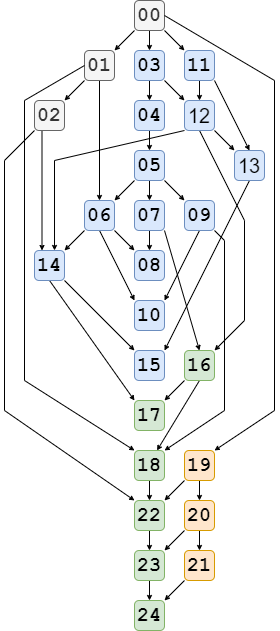
naproche/FLib keeps this draw.io diagram as RepresentationTheory/misc/library_structure.png. Above is the earlier version. Source tidied: cells renumbered, new cells last; positions are measured from the earlier drawing's top-left corner, leaving out a move shared by most shapes.
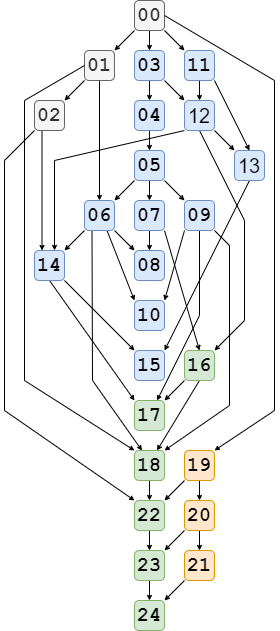
After the commit.

Diff of the diagram source:
```diff
@@ -71,6 +71,11 @@
     <mxCell id="24" value="&lt;span style=&quot;font-size: 20px&quot;&gt;15&lt;/span&gt;" style="whiteSpace=wrap;html=1;rounded=1;fontFamily=Courier New;fontStyle=1;fillColor=#dae8fc;strokeColor=#6c8ebf;" parent="1" vertex="1">
       <mxGeometry x="130" y="350" width="30" height="30" as="geometry" />
     </mxCell>
+    <mxCell id="78" style="edgeStyle=none;rounded=0;jettySize=auto;html=1;startArrow=none;startFill=0;endArrow=classic;endFill=1;endSize=3;entryX=0.75;entryY=0;entryDx=0;entryDy=0;" parent="1" edge="1" target="25">
+      <mxGeometry relative="1" as="geometry">
+        <mxPoint x="195" y="315" as="sourcePoint" />
+      </mxGeometry>
+    </mxCell>
     <mxCell id="25" value="&lt;span style=&quot;font-size: 20px&quot;&gt;17&lt;/span&gt;" style="whiteSpace=wrap;html=1;rounded=1;fontFamily=Courier New;fontStyle=1;fillColor=#d5e8d4;strokeColor=#82b366;" parent="1" vertex="1">
       <mxGeometry x="130" y="400" width="30" height="30" as="geometry" />
     </mxCell>
@@ -83,9 +88,14 @@
     <mxCell id="28" style="jettySize=auto;html=1;exitX=1;exitY=1;exitDx=0;exitDy=0;entryX=0;entryY=0;entryDx=0;entryDy=0;fontFamily=Courier New;fontStyle=1;rounded=0;endArrow=classic;endFill=1;endSize=3;" parent="1" edge="1" source="30" target="23">
       <mxGeometry relative="1" as="geometry" />
     </mxCell>
-    <mxCell id="29" style="jettySize=auto;html=1;exitX=0.5;exitY=1;exitDx=0;exitDy=0;entryX=0;entryY=0;entryDx=0;entryDy=0;fontFamily=Courier New;fontStyle=1;rounded=0;endArrow=classic;endFill=1;endSize=3;" parent="1" edge="1" source="30" target="26">
+    <mxCell id="29" style="jettySize=auto;html=1;exitX=0.75;exitY=1;exitDx=0;exitDy=0;entryX=0;entryY=0;entryDx=0;entryDy=0;fontFamily=Courier New;fontStyle=1;rounded=0;endArrow=classic;endFill=1;endSize=3;" parent="1" edge="1" source="30" target="26">
       <mxGeometry relative="1" as="geometry" />
     </mxCell>
+    <mxCell id="79" style="edgeStyle=none;rounded=0;jettySize=auto;html=1;exitX=0.25;exitY=1;exitDx=0;exitDy=0;endSize=3;endArrow=none;endFill=0;" parent="1" edge="1" source="30">
+      <mxGeometry relative="1" as="geometry">
+        <mxPoint x="88" y="380" as="targetPoint" />
+      </mxGeometry>
+    </mxCell>
     <mxCell id="30" value="&lt;span style=&quot;font-size: 20px&quot;&gt;06&lt;/span&gt;" style="whiteSpace=wrap;html=1;rounded=1;fontFamily=Courier New;fontStyle=1;fillColor=#dae8fc;strokeColor=#6c8ebf;" parent="1" vertex="1">
       <mxGeometry x="80" y="200" width="30" height="30" as="geometry" />
     </mxCell>
@@ -121,9 +131,14 @@
     <mxCell id="40" value="&lt;span style=&quot;font-size: 20px&quot;&gt;16&lt;/span&gt;" style="whiteSpace=wrap;html=1;rounded=1;fontFamily=Courier New;fontStyle=1;fillColor=#d5e8d4;strokeColor=#82b366;" parent="1" vertex="1">
       <mxGeometry x="180" y="350" width="30" height="30" as="geometry" />
     </mxCell>
-    <mxCell id="41" style="jettySize=auto;html=1;exitX=0.5;exitY=1;exitDx=0;exitDy=0;entryX=1;entryY=0;entryDx=0;entryDy=0;fontFamily=Courier New;fontStyle=1;rounded=0;endArrow=classic;endFill=1;endSize=3;" parent="1" edge="1" source="42" target="26">
+    <mxCell id="41" style="jettySize=auto;html=1;exitX=0;exitY=1;exitDx=0;exitDy=0;entryX=1;entryY=0;entryDx=0;entryDy=0;fontFamily=Courier New;fontStyle=1;rounded=0;endArrow=classic;endFill=1;endSize=3;" parent="1" edge="1" source="42" target="26">
       <mxGeometry relative="1" as="geometry" />
     </mxCell>
+    <mxCell id="80" style="edgeStyle=none;rounded=0;jettySize=auto;html=1;startArrow=none;startFill=0;endArrow=none;endFill=0;endSize=3;exitX=0.5;exitY=1;exitDx=0;exitDy=0;" parent="1" edge="1" source="42">
+      <mxGeometry relative="1" as="geometry">
+        <mxPoint x="195" y="315" as="targetPoint" />
+      </mxGeometry>
+    </mxCell>
     <mxCell id="42" value="&lt;span style=&quot;font-size: 20px&quot;&gt;09&lt;/span&gt;" style="whiteSpace=wrap;html=1;rounded=1;fontFamily=Courier New;fontStyle=1;fillColor=#dae8fc;strokeColor=#6c8ebf;" parent="1" vertex="1">
       <mxGeometry x="180" y="200" width="30" height="30" as="geometry" />
     </mxCell>
@@ -147,6 +162,11 @@
     <mxCell id="48" style="jettySize=auto;html=1;exitX=0.5;exitY=1;exitDx=0;exitDy=0;entryX=0.5;entryY=0;entryDx=0;entryDy=0;fontFamily=Courier New;rounded=0;endArrow=classic;endFill=1;endSize=3;" parent="1" edge="1" source="49" target="68">
       <mxGeometry relative="1" as="geometry" />
     </mxCell>
+    <mxCell id="81" style="edgeStyle=none;rounded=0;jettySize=auto;html=1;endArrow=classic;endFill=1;endSize=3;startArrow=none;startFill=0;entryX=0.25;entryY=0;entryDx=0;entryDy=0;" parent="1" edge="1" target="49">
+      <mxGeometry relative="1" as="geometry">
+        <mxPoint x="88" y="380" as="sourcePoint" />
+      </mxGeometry>
+    </mxCell>
     <mxCell id="49" value="&lt;span style=&quot;font-size: 20px&quot;&gt;18&lt;/span&gt;" style="whiteSpace=wrap;html=1;rounded=1;fontFamily=Courier New;fontStyle=1;fillColor=#d5e8d4;strokeColor=#82b366;" parent="1" vertex="1">
       <mxGeometry x="130" y="450" width="30" height="30" as="geometry" />
     </mxCell>
@@ -161,7 +181,7 @@
     </mxCell>
     <mxCell id="53" style="endArrow=none;html=1;fontFamily=Courier New;exitX=1;exitY=1;exitDx=0;exitDy=0;rounded=0;endFill=0;endSize=3;" parent="1" edge="1" source="42">
       <mxGeometry relative="1" as="geometry">
-        <mxPoint x="220" y="240" as="targetPoint" />
+        <mxPoint x="225" y="245" as="targetPoint" />
       </mxGeometry>
     </mxCell>
     <mxCell id="54" style="endArrow=none;html=1;fontFamily=Courier New;exitX=1;exitY=0.5;exitDx=0;exitDy=0;rounded=0;endFill=0;endSize=3;" parent="1" edge="1" source="4">
@@ -198,13 +218,13 @@
     </mxCell>
     <mxCell id="60" style="endArrow=classic;html=1;fontFamily=Courier New;entryX=1;entryY=0;entryDx=0;entryDy=0;rounded=0;endFill=1;endSize=3;" parent="1" edge="1" target="49">
       <mxGeometry relative="1" as="geometry">
-        <mxPoint x="220" y="410" as="sourcePoint" />
+        <mxPoint x="225" y="405" as="sourcePoint" />
       </mxGeometry>
     </mxCell>
     <mxCell id="61" style="endArrow=none;html=1;fontFamily=Courier New;rounded=0;endFill=0;endSize=3;" parent="1" edge="1">
       <mxGeometry relative="1" as="geometry">
-        <mxPoint x="220" y="240" as="sourcePoint" />
-        <mxPoint x="220" y="410" as="targetPoint" />
+        <mxPoint x="225" y="245" as="sourcePoint" />
+        <mxPoint x="225" y="405" as="targetPoint" />
       </mxGeometry>
     </mxCell>
     <mxCell id="62" style="jettySize=auto;html=1;exitX=0;exitY=1;exitDx=0;exitDy=0;entryX=1;entryY=0;entryDx=0;entryDy=0;fontFamily=Courier New;rounded=0;endArrow=classic;endFill=1;endSize=3;" parent="1" edge="1" source="63" target="71">
```
